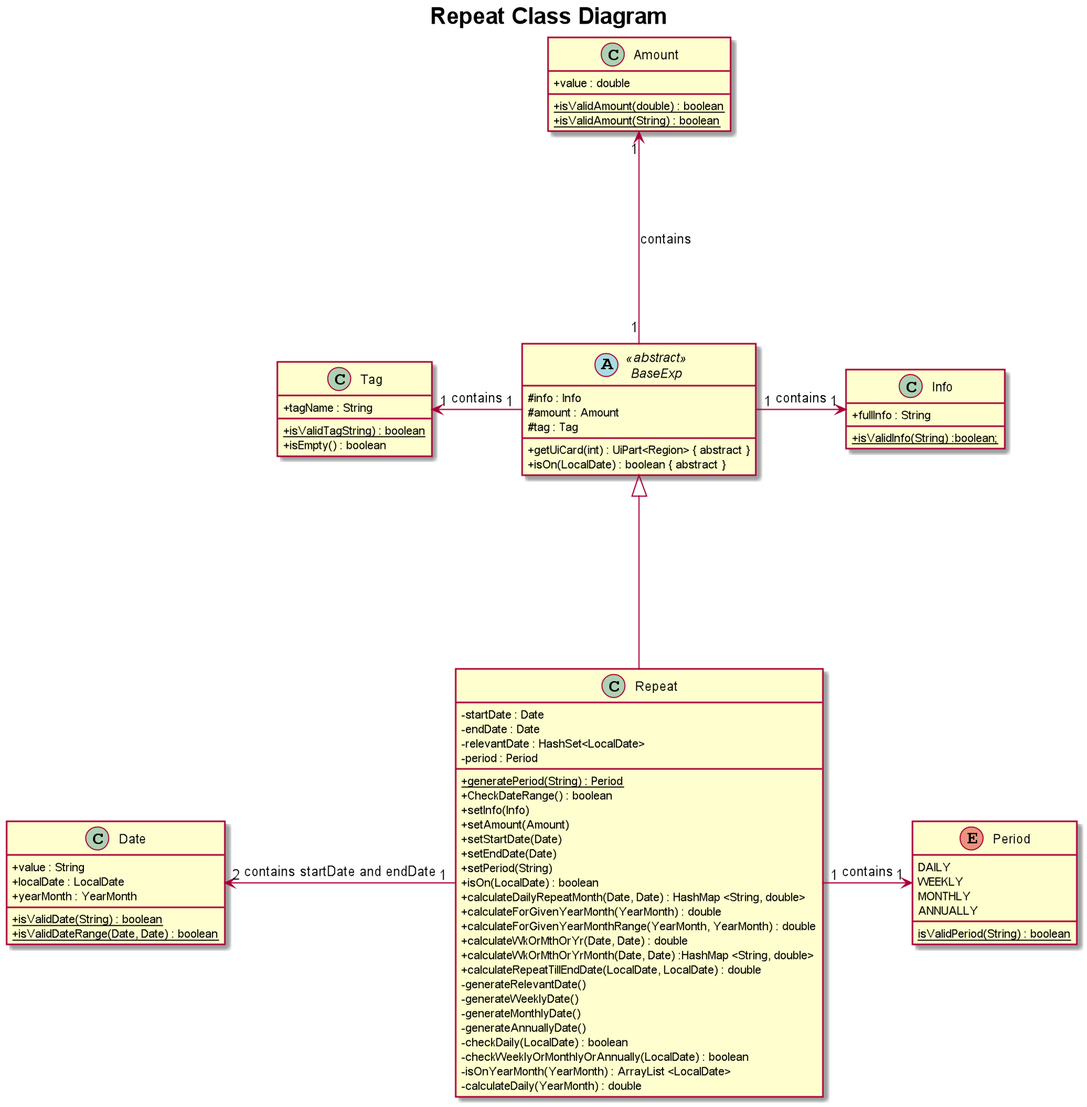
This is docs/images/repeatClassDiagram.png from zwasd/main, a PlantUML export, as it was before one commit.
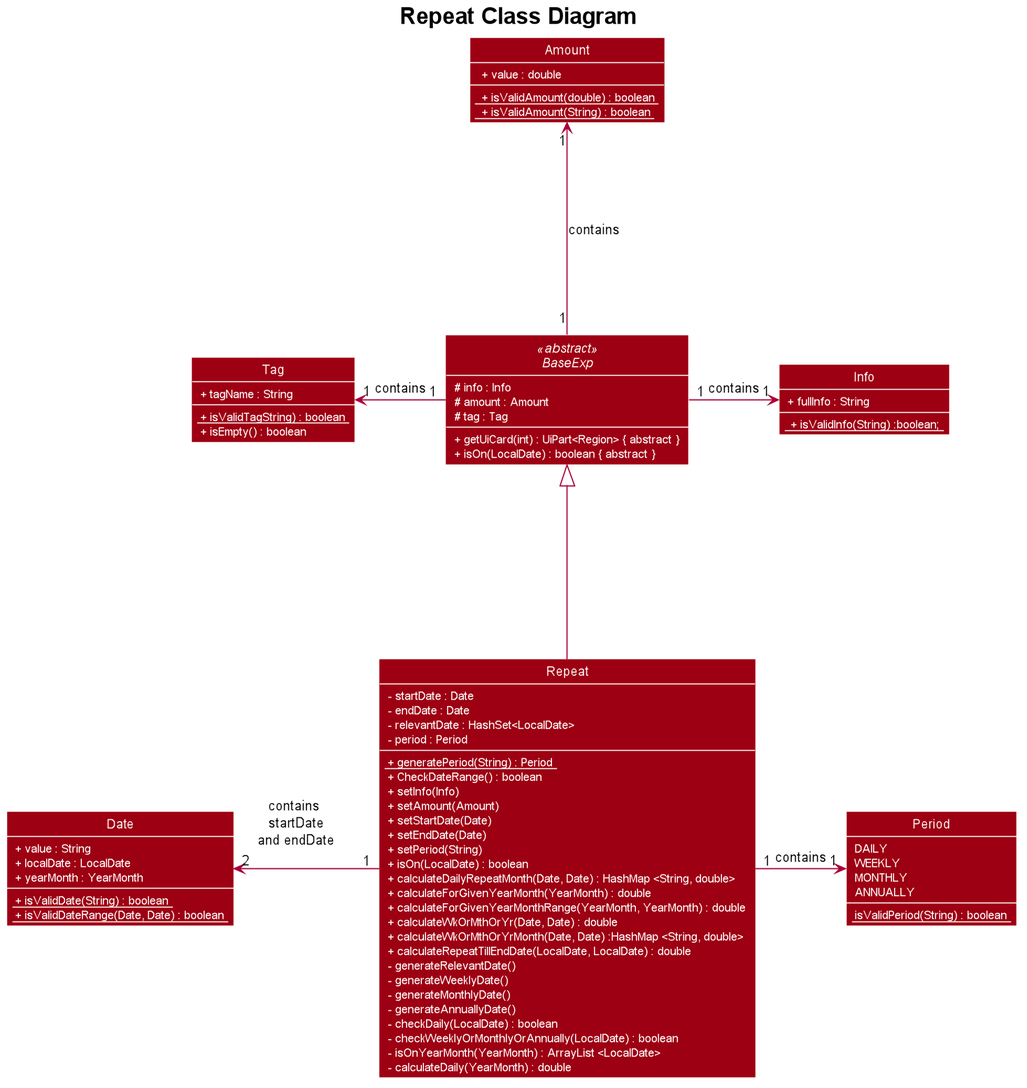
After the commit.

Change to the diagram source:
```diff
@@ -1,7 +1,63 @@
 @startuml
+
+
+
+
+
+
+
+
+skinparam BackgroundColor #FFFFFFF
+
+skinparam Shadowing false
+
+skinparam Class {
+    FontColor #FFFFFF
+    BorderThickness 1
+    BorderColor #FFFFFF
+    StereotypeFontColor #FFFFFF
+    FontName Arial
+}
+
+skinparam Actor {
+    BorderColor #000000
+    Color #000000
+    FontName Arial
+}
+
+skinparam Sequence {
+    MessageAlign center
+    BoxFontSize 15
+    BoxPadding 0
+    BoxFontColor #FFFFFF
+    FontName Arial
+}
+
+skinparam Participant {
+    FontColor #FFFFFFF
+    Padding 20
+}
+
+skinparam TextColor {
+    FontColor #FFFFFF
+}
+
+skinparam MinClassWidth 50
+skinparam ParticipantPadding 10
+skinparam Shadowing false
+skinparam DefaultTextAlignment center
+skinparam packageStyle Rectangle
+
+hide footbox
+hide members
+hide circle
 title = Repeat Class Diagram
 skinparam arrowThickness 1.1
 skinparam classAttributeIconSize 0
+skinparam classBackgroundColor #9D0012
+
+show method
+show field
 
 abstract class BaseExp <<abstract>>
 class Repeat
@@ -12,74 +68,76 @@
 enum Period
 
 class Info {
-    + fullInfo : String
-    {static} + isValidInfo(String) :boolean;
+
+    <color:white> + fullInfo : String </color>
+    <color:white>  {static} + isValidInfo(String) :boolean; </color>
+
 }
 
 class Amount {
-    + value : double
-    {static} + isValidAmount(double) : boolean
-    {static} + isValidAmount(String) : boolean
+    <color:white>  + value : double </color>
+    <color:white>  {static} + isValidAmount(double) : boolean </color>
+    <color:white>  {static} + isValidAmount(String) : boolean </color>
 }
 
 class Tag {
-    + tagName : String
-    {static} + isValidTagString) : boolean
-    + isEmpty() : boolean
+    <color:white> + tagName : String </color>
+    <color:white> {static} + isValidTagString) : boolean </color>
+    <color:white> + isEmpty() : boolean </color>
 }
 
 class Date {
-    + value : String
-    + localDate : LocalDate
-    + yearMonth : YearMonth
-    {static} + isValidDate(String) : boolean
-    {static} + isValidDateRange(Date, Date) : boolean
+    <color:white> + value : String </color>
+    <color:white> + localDate : LocalDate </color>
+    <color:white> + yearMonth : YearMonth </color>
+    <color:white> {static} + isValidDate(String) : boolean </color>
+    <color:white> {static} + isValidDateRange(Date, Date) : boolean </color>
 }
 
 abstract class BaseExp {
-    # info : Info
-    # amount : Amount
-    # tag : Tag
-    + getUiCard(int) : UiPart<Region> { abstract }
-    + isOn(LocalDate) : boolean { abstract }
+    <color:white> # info : Info </color>
+    <color:white> # amount : Amount </color>
+    <color:white> # tag : Tag </color>
+    <color:white> + getUiCard(int) : UiPart<Region> { abstract } </color>
+    <color:white> + isOn(LocalDate) : boolean { abstract } </color>
 }
 
 class Repeat {
-    - startDate : Date
-    - endDate : Date
-    - relevantDate : HashSet<LocalDate>
-    - period : Period
+    <color:white> - startDate : Date </color>
+    <color:white> - endDate : Date </color>
+    <color:white> - relevantDate : HashSet<LocalDate> </color>
+    <color:white> - period : Period </color>
 
-    {static} + generatePeriod(String) : Period
-    + CheckDateRange() : boolean
-    + setInfo(Info)
-    + setAmount(Amount)
-    + setStartDate(Date)
-    + setEndDate(Date)
-    + setPeriod(String)
-    + isOn(LocalDate) : boolean
-    + calculateDailyRepeatMonth(Date, Date) : HashMap <String, double>
-    + calculateForGivenYearMonth(YearMonth) : double
-    + calculateForGivenYearMonthRange(YearMonth, YearMonth) : double
-    + calculateWkOrMthOrYr(Date, Date) : double
-    + calculateWkOrMthOrYrMonth(Date, Date) :HashMap <String, double>
-    + calculateRepeatTillEndDate(LocalDate, LocalDate) : double
-    - generateRelevantDate()
-    - generateWeeklyDate()
-    - generateMonthlyDate()
-    - generateAnnuallyDate()
-    - checkDaily(LocalDate) : boolean
-    - checkWeeklyOrMonthlyOrAnnually(LocalDate) : boolean
-    - isOnYearMonth(YearMonth) : ArrayList <LocalDate>
-    - calculateDaily(YearMonth) : double
+    <color:white> {static} + generatePeriod(String) : Period </color>
+    <color:white> + CheckDateRange() : boolean </color>
+    <color:white> + setInfo(Info) </color>
+    <color:white> + setAmount(Amount) </color>
+    <color:white> + setStartDate(Date) </color>
+    <color:white> + setEndDate(Date) </color>
+    <color:white> + setPeriod(String) </color>
+    <color:white> + isOn(LocalDate) : boolean </color>
+    <color:white> + calculateDailyRepeatMonth(Date, Date) : HashMap <String, double> </color>
+    <color:white> + calculateForGivenYearMonth(YearMonth) : double </color>
+    <color:white> + calculateForGivenYearMonthRange(YearMonth, YearMonth) : double </color>
+    <color:white> + calculateWkOrMthOrYr(Date, Date) : double </color>
+    <color:white> + calculateWkOrMthOrYrMonth(Date, Date) :HashMap <String, double> </color>
+    <color:white> + calculateRepeatTillEndDate(LocalDate, LocalDate) : double </color>
+    <color:white> - generateRelevantDate() </color>
+    <color:white> - generateWeeklyDate() </color>
+    <color:white> - generateMonthlyDate() </color>
+    <color:white> - generateAnnuallyDate() </color>
+    <color:white> - checkDaily(LocalDate) : boolean </color>
+    <color:white> - checkWeeklyOrMonthlyOrAnnually(LocalDate) : boolean </color>
+    <color:white> - isOnYearMonth(YearMonth) : ArrayList <LocalDate> </color>
+    <color:white> - calculateDaily(YearMonth) : double </color>
 }
 
 enum Period {
-DAILY
-WEEKLY
-MONTHLY
-ANNUALLY
-{static} isValidPeriod(String) : boolean
+<color:white> DAILY </color>
+<color:white> WEEKLY </color>
+<color:white> MONTHLY </color>
+<color:white> ANNUALLY </color>
+<color:white> {static} isValidPeriod(String) : boolean </color>
 }
 
 BaseExp "1" -up---> "1" Amount : contains
@@ -88,6 +146,6 @@
 
 Repeat -up---|> BaseExp
 Repeat "1" -right---> "1" Period : contains
-Repeat "1" -left--> "2" Date : contains startDate and endDate
+Repeat "1" -left--> "2" Date : contains      \n startDate      \n and endDate      \n
 
 @enduml
```
